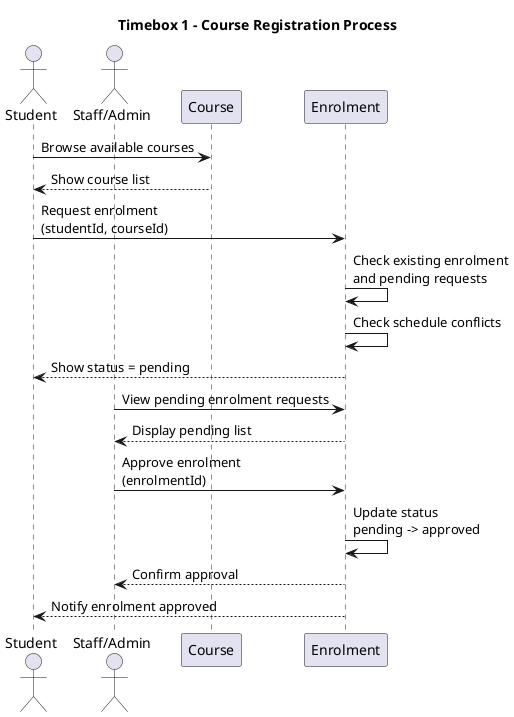
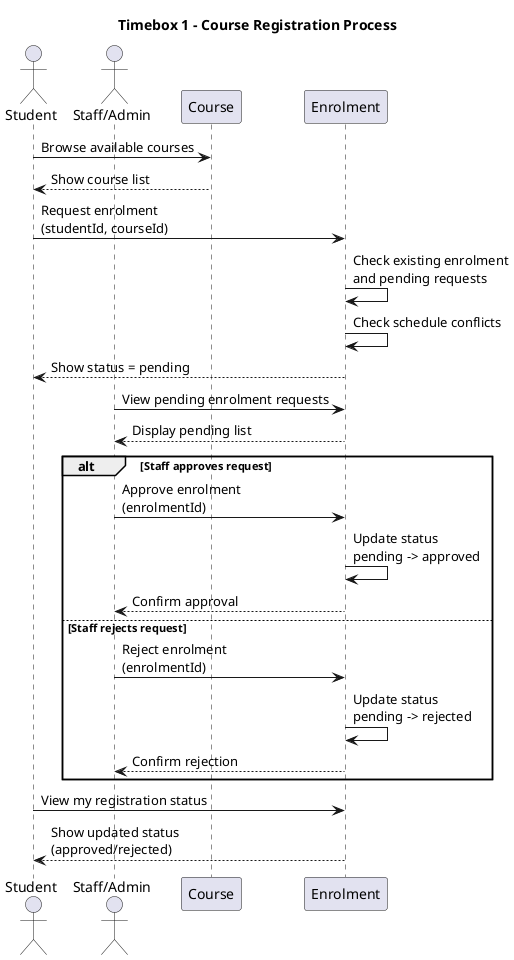
@startuml
title Timebox 1 - Course Registration Process

actor Student
actor Staff as "Staff/Admin"

participant "Course" as Course
participant "Enrolment" as Enrolment

Student -> Course: Browse available courses
Course --> Student: Show course list

Student -> Enrolment: Request enrolment\n(studentId, courseId)
Enrolment -> Enrolment: Check existing enrolment\nand pending requests
Enrolment -> Enrolment: Check schedule conflicts
Enrolment --> Student: Show status = pending

Staff -> Enrolment: View pending enrolment requests
Enrolment --> Staff: Display pending list

- Staff -> Enrolment: Approve enrolment\n(enrolmentId)
- Enrolment -> Enrolment: Update status\npending -> approved
- Enrolment --> Staff: Confirm approval
+ alt Staff approves request
+   Staff -> Enrolment: Approve enrolment\n(enrolmentId)
+   Enrolment -> Enrolment: Update status\npending -> approved
+   Enrolment --> Staff: Confirm approval
+ else Staff rejects request
+   Staff -> Enrolment: Reject enrolment\n(enrolmentId)
+   Enrolment -> Enrolment: Update status\npending -> rejected
+   Enrolment --> Staff: Confirm rejection
+ end

- Enrolment --> Student: Notify enrolment approved
+ Student -> Enrolment: View my registration status
+ Enrolment --> Student: Show updated status\n(approved/rejected)

- @enduml+ @enduml
